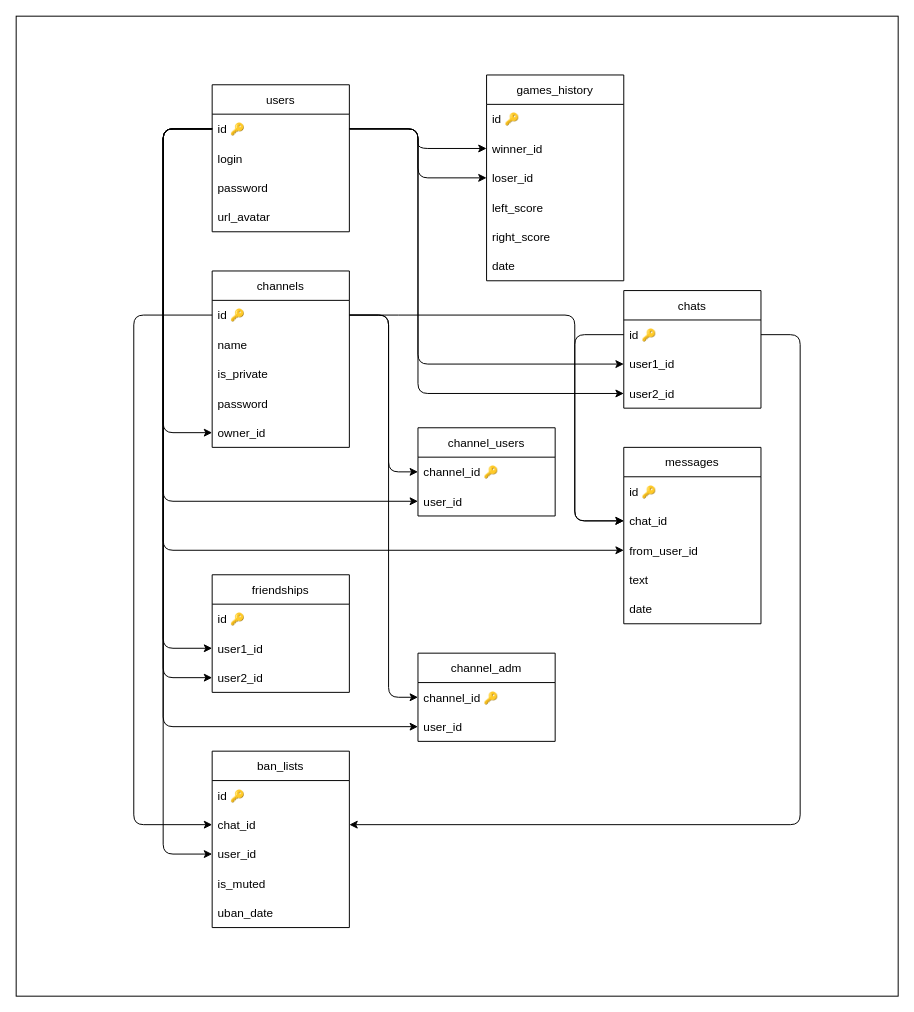
The draw.io diagram db/schema/relations.drawio in bandrw/ft_transcendence, before the edit. Source tidied: cells renumbered, new cells numbered last; positions are measured from the earlier drawing's top-left corner, leaving out a move shared by most shapes. Both pictures are drawn from the tidied source at 98%, with x=0, y=0 at pixel (16, 16).
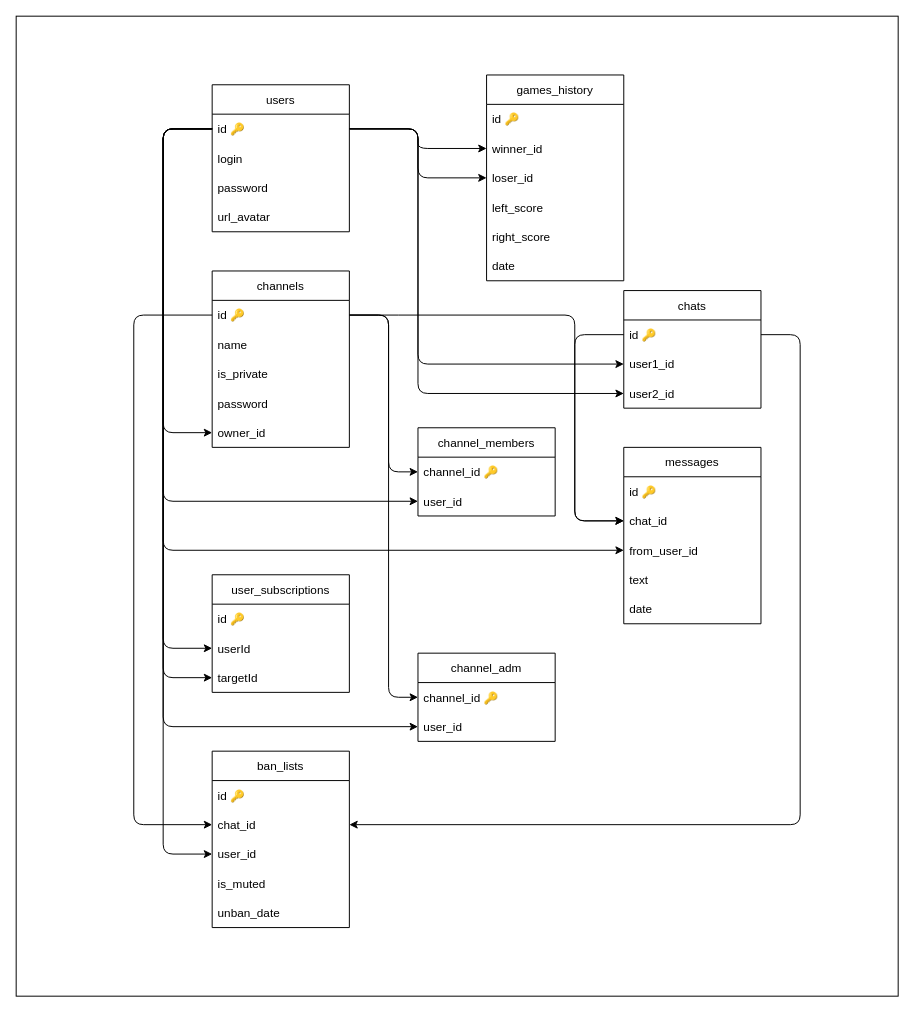
Above is the later version.

The change refers to these unchanged cells:
```xml
<mxCell id="55" value="ban_lists" style="swimlane;fontStyle=0;horizontal=1;startSize=30;" parent="1" vertex="1">
  <mxGeometry x="200" y="750" width="140" height="180" as="geometry" />
</mxCell>
```

What changed in the source:
```diff
@@
-    <mxCell id="23" value="channel_users" style="swimlane;fontStyle=0;horizontal=1;startSize=30;" parent="1" vertex="1">
+    <mxCell id="23" value="channel_members" style="swimlane;fontStyle=0;horizontal=1;startSize=30;" parent="1" vertex="1">
       <mxGeometry x="410" y="420" width="140" height="90" as="geometry" />
     </mxCell>
@@
-    <mxCell id="40" value="friendships" style="swimlane;fontStyle=0;horizontal=1;startSize=30;" parent="1" vertex="1">
+    <mxCell id="40" value="user_subscriptions" style="swimlane;fontStyle=0;horizontal=1;startSize=30;" parent="1" vertex="1">
       <mxGeometry x="200" y="570" width="140" height="120" as="geometry" />
     </mxCell>
@@
-    <mxCell id="42" value="user1_id" style="text;strokeColor=none;fillColor=none;align=left;verticalAlign=middle;spacingLeft=4;spacingRight=4;overflow=hidden;points=[[0,0.5],[1,0.5]];portConstraint=eastwest;" parent="40" vertex="1">
+    <mxCell id="42" value="userId" style="text;strokeColor=none;fillColor=none;align=left;verticalAlign=middle;spacingLeft=4;spacingRight=4;overflow=hidden;points=[[0,0.5],[1,0.5]];portConstraint=eastwest;" parent="40" vertex="1">
       <mxGeometry y="60" width="140" height="30" as="geometry" />
     </mxCell>
-    <mxCell id="43" value="user2_id" style="text;strokeColor=none;fillColor=none;align=left;verticalAlign=middle;spacingLeft=4;spacingRight=4;overflow=hidden;points=[[0,0.5],[1,0.5]];portConstraint=eastwest;" parent="40" vertex="1">
+    <mxCell id="43" value="targetId" style="text;strokeColor=none;fillColor=none;align=left;verticalAlign=middle;spacingLeft=4;spacingRight=4;overflow=hidden;points=[[0,0.5],[1,0.5]];portConstraint=eastwest;" parent="40" vertex="1">
       <mxGeometry y="90" width="140" height="30" as="geometry" />
     </mxCell>
@@
-    <mxCell id="60" value="uban_date" style="text;strokeColor=none;fillColor=none;align=left;verticalAlign=middle;spacingLeft=4;spacingRight=4;overflow=hidden;" parent="55" vertex="1">
+    <mxCell id="60" value="unban_date" style="text;strokeColor=none;fillColor=none;align=left;verticalAlign=middle;spacingLeft=4;spacingRight=4;overflow=hidden;" parent="55" vertex="1">
       <mxGeometry y="150" width="140" height="30" as="geometry" />
     </mxCell>
```
